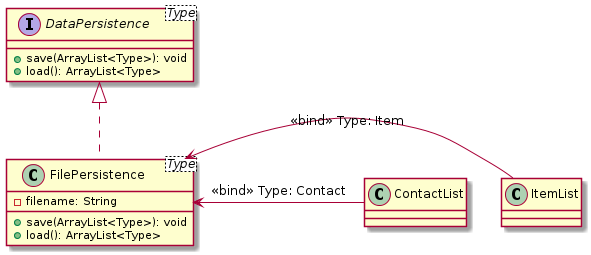
simonArnold/universityOfAlberta_softwareDesign keeps this PlantUML diagram as Assignment_2_3/DataPersistence.png. Above is the earlier version. Source of this version:
```plantuml
@startuml
interface DataPersistence<Type> {
    + save(ArrayList<Type>): void
    + load(): ArrayList<Type>
}
class FilePersistence<Type> {
    - filename: String
    + save(ArrayList<Type>): void
    + load(): ArrayList<Type>
}
DataPersistence <|.. FilePersistence
class ItemList {

}
ItemList -left-> FilePersistence: <<bind>> Type: Item
class ContactList {

}
ContactList -left-> FilePersistence: <<bind>> Type: Contact
together {
    class ItemList
    class ContactList
}
@enduml
```
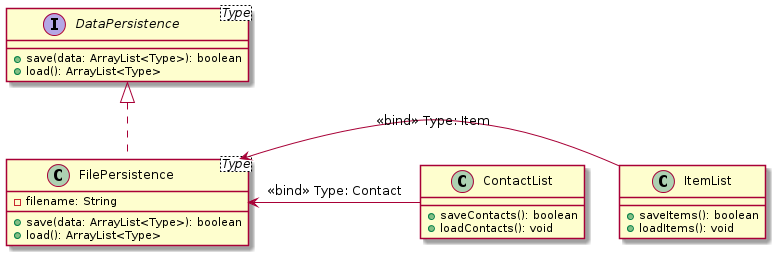
The same diagram one commit later.

Diff of the diagram source:
```diff
@@ -1,24 +1,22 @@
 @startuml
 interface DataPersistence<Type> {
-    + save(ArrayList<Type>): void
+    + save(data: ArrayList<Type>): boolean
     + load(): ArrayList<Type>
 }
 class FilePersistence<Type> {
     - filename: String
-    + save(ArrayList<Type>): void
+    + save(data: ArrayList<Type>): boolean
     + load(): ArrayList<Type>
 }
 DataPersistence <|.. FilePersistence
 class ItemList {
-
+    + saveItems(): boolean
+    + loadItems(): void
 }
 ItemList -left-> FilePersistence: <<bind>> Type: Item
 class ContactList {
-
+    + saveContacts(): boolean
+    + loadContacts(): void
 }
 ContactList -left-> FilePersistence: <<bind>> Type: Contact
-together {
-    class ItemList
-    class ContactList
-}
 @enduml
```
